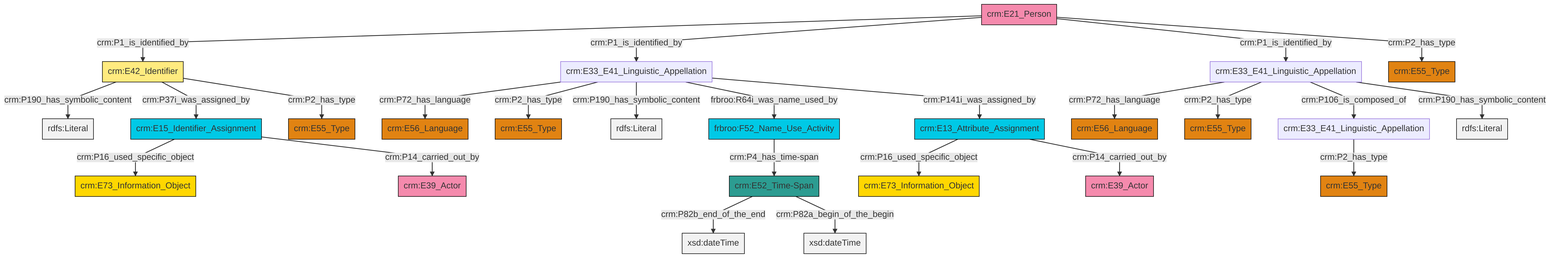
Above: et/personCSV/ttl/mmd/png/Person_Names_and_Classification.png in swiss-art-research-net/docs.swissartresearch (Mermaid), before the change. Its source is kept beside it as et/personCSV/ttl/mmd/Person_Names_and_Classification.ttl.mmd.
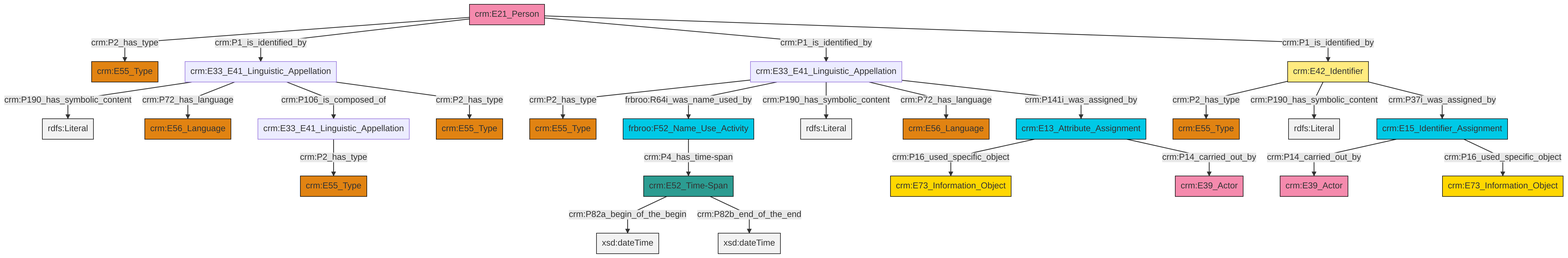
After the commit.

Change to the diagram source:
```diff
@@ -13,27 +13,27 @@
 classDef PC_Classes fill:#4ce600, stroke:#000000;
 classDef Multi fill:#cccccc,stroke:#000000;
 
-0["crm:E15_Identifier_Assignment"]:::Temporal_Entity -->|crm:P16_used_specific_object| 1["crm:E73_Information_Object"]:::Conceptual_Object
-2["crm:E21_Person"]:::Actor -->|crm:P1_is_identified_by| 3["crm:E42_Identifier"]:::Appellation
-4["crm:E52_Time-Span"]:::Time-Span -->|crm:P82b_end_of_the_end| 5[xsd:dateTime]:::Literal
-3["crm:E42_Identifier"]:::Appellation -->|crm:P190_has_symbolic_content| 6[rdfs:Literal]:::Literal
-10["crm:E33_E41_Linguistic_Appellation"]:::Default -->|crm:P72_has_language| 11["crm:E56_Language"]:::Type
-12["crm:E13_Attribute_Assignment"]:::Temporal_Entity -->|crm:P16_used_specific_object| 13["crm:E73_Information_Object"]:::Conceptual_Object
-3["crm:E42_Identifier"]:::Appellation -->|crm:P37i_was_assigned_by| 0["crm:E15_Identifier_Assignment"]:::Temporal_Entity
-14["crm:E33_E41_Linguistic_Appellation"]:::Default -->|crm:P72_has_language| 8["crm:E56_Language"]:::Type
-2["crm:E21_Person"]:::Actor -->|crm:P1_is_identified_by| 14["crm:E33_E41_Linguistic_Appellation"]:::Default
-17["frbroo:F52_Name_Use_Activity"]:::Temporal_Entity -->|crm:P4_has_time-span| 4["crm:E52_Time-Span"]:::Time-Span
-14["crm:E33_E41_Linguistic_Appellation"]:::Default -->|crm:P2_has_type| 18["crm:E55_Type"]:::Type
-0["crm:E15_Identifier_Assignment"]:::Temporal_Entity -->|crm:P14_carried_out_by| 19["crm:E39_Actor"]:::Actor
-12["crm:E13_Attribute_Assignment"]:::Temporal_Entity -->|crm:P14_carried_out_by| 20["crm:E39_Actor"]:::Actor
-3["crm:E42_Identifier"]:::Appellation -->|crm:P2_has_type| 21["crm:E55_Type"]:::Type
-14["crm:E33_E41_Linguistic_Appellation"]:::Default -->|crm:P190_has_symbolic_content| 23[rdfs:Literal]:::Literal
-4["crm:E52_Time-Span"]:::Time-Span -->|crm:P82a_begin_of_the_begin| 30[xsd:dateTime]:::Literal
-2["crm:E21_Person"]:::Actor -->|crm:P1_is_identified_by| 10["crm:E33_E41_Linguistic_Appellation"]:::Default
-32["crm:E33_E41_Linguistic_Appellation"]:::Default -->|crm:P2_has_type| 24["crm:E55_Type"]:::Type
-14["crm:E33_E41_Linguistic_Appellation"]:::Default -->|frbroo:R64i_was_name_used_by| 17["frbroo:F52_Name_Use_Activity"]:::Temporal_Entity
-10["crm:E33_E41_Linguistic_Appellation"]:::Default -->|crm:P2_has_type| 28["crm:E55_Type"]:::Type
-2["crm:E21_Person"]:::Actor -->|crm:P2_has_type| 36["crm:E55_Type"]:::Type
-14["crm:E33_E41_Linguistic_Appellation"]:::Default -->|crm:P141i_was_assigned_by| 12["crm:E13_Attribute_Assignment"]:::Temporal_Entity
-10["crm:E33_E41_Linguistic_Appellation"]:::Default -->|crm:P106_is_composed_of| 32["crm:E33_E41_Linguistic_Appellation"]:::Default
-10["crm:E33_E41_Linguistic_Appellation"]:::Default -->|crm:P190_has_symbolic_content| 44[rdfs:Literal]:::Literal
+4["crm:E33_E41_Linguistic_Appellation"]:::Default -->|crm:P2_has_type| 5["crm:E55_Type"]:::Type
+6["crm:E13_Attribute_Assignment"]:::Temporal_Entity -->|crm:P16_used_specific_object| 7["crm:E73_Information_Object"]:::Conceptual_Object
+8["crm:E33_E41_Linguistic_Appellation"]:::Default -->|crm:P190_has_symbolic_content| 9[rdfs:Literal]:::Literal
+12["crm:E21_Person"]:::Actor -->|crm:P2_has_type| 13["crm:E55_Type"]:::Type
+14["crm:E33_E41_Linguistic_Appellation"]:::Default -->|crm:P2_has_type| 15["crm:E55_Type"]:::Type
+18["crm:E15_Identifier_Assignment"]:::Temporal_Entity -->|crm:P14_carried_out_by| 19["crm:E39_Actor"]:::Actor
+24["crm:E42_Identifier"]:::Appellation -->|crm:P2_has_type| 10["crm:E55_Type"]:::Type
+24["crm:E42_Identifier"]:::Appellation -->|crm:P190_has_symbolic_content| 27[rdfs:Literal]:::Literal
+4["crm:E33_E41_Linguistic_Appellation"]:::Default -->|frbroo:R64i_was_name_used_by| 22["frbroo:F52_Name_Use_Activity"]:::Temporal_Entity
+28["crm:E52_Time-Span"]:::Time-Span -->|crm:P82a_begin_of_the_begin| 29[xsd:dateTime]:::Literal
+12["crm:E21_Person"]:::Actor -->|crm:P1_is_identified_by| 8["crm:E33_E41_Linguistic_Appellation"]:::Default
+4["crm:E33_E41_Linguistic_Appellation"]:::Default -->|crm:P190_has_symbolic_content| 31[rdfs:Literal]:::Literal
+28["crm:E52_Time-Span"]:::Time-Span -->|crm:P82b_end_of_the_end| 32[xsd:dateTime]:::Literal
+4["crm:E33_E41_Linguistic_Appellation"]:::Default -->|crm:P72_has_language| 0["crm:E56_Language"]:::Type
+4["crm:E33_E41_Linguistic_Appellation"]:::Default -->|crm:P141i_was_assigned_by| 6["crm:E13_Attribute_Assignment"]:::Temporal_Entity
+18["crm:E15_Identifier_Assignment"]:::Temporal_Entity -->|crm:P16_used_specific_object| 33["crm:E73_Information_Object"]:::Conceptual_Object
+12["crm:E21_Person"]:::Actor -->|crm:P1_is_identified_by| 4["crm:E33_E41_Linguistic_Appellation"]:::Default
+8["crm:E33_E41_Linguistic_Appellation"]:::Default -->|crm:P72_has_language| 34["crm:E56_Language"]:::Type
+12["crm:E21_Person"]:::Actor -->|crm:P1_is_identified_by| 24["crm:E42_Identifier"]:::Appellation
+8["crm:E33_E41_Linguistic_Appellation"]:::Default -->|crm:P106_is_composed_of| 14["crm:E33_E41_Linguistic_Appellation"]:::Default
+6["crm:E13_Attribute_Assignment"]:::Temporal_Entity -->|crm:P14_carried_out_by| 20["crm:E39_Actor"]:::Actor
+24["crm:E42_Identifier"]:::Appellation -->|crm:P37i_was_assigned_by| 18["crm:E15_Identifier_Assignment"]:::Temporal_Entity
+8["crm:E33_E41_Linguistic_Appellation"]:::Default -->|crm:P2_has_type| 2["crm:E55_Type"]:::Type
+22["frbroo:F52_Name_Use_Activity"]:::Temporal_Entity -->|crm:P4_has_time-span| 28["crm:E52_Time-Span"]:::Time-Span
```
